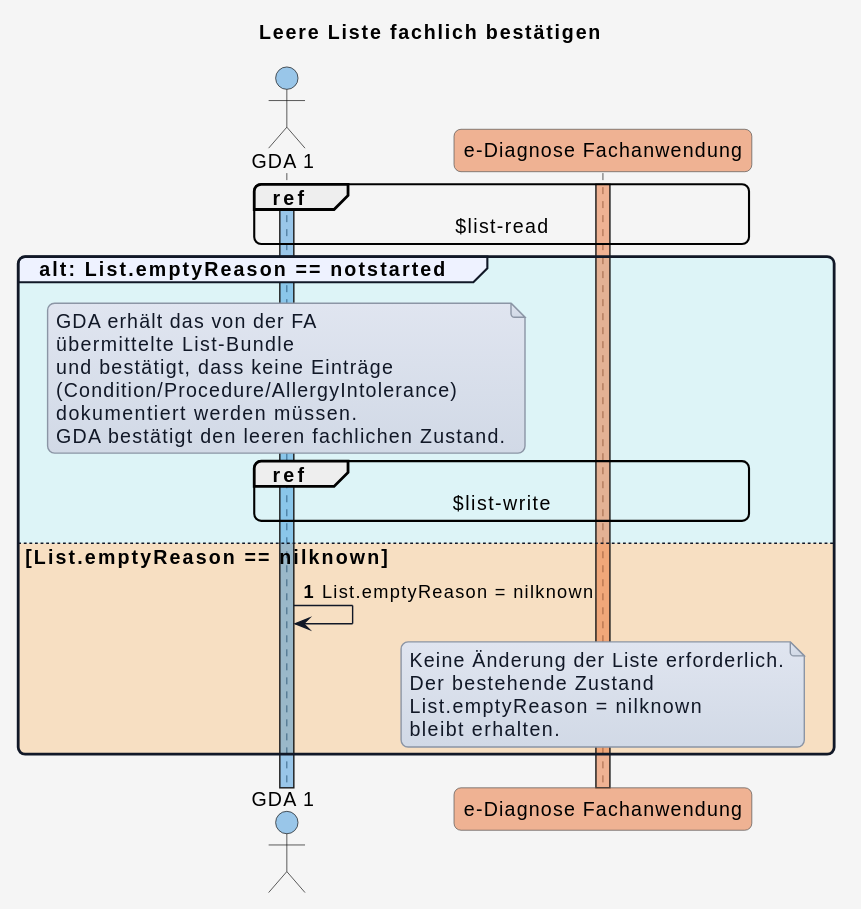
Earlier version of the PlantUML export r4-ELGA-e-Diagnose-main/plantuml/02_01.svg (HL7Austria/hl7austria.github.io). The source it was exported from:
```plantuml
@startuml
title Leere Liste fachlich bestätigen

skinparam borderColor #000000
skinparam backgroundColor #f5f5f5
skinparam shadowing false
skinparam roundCorner 10
skinparam defaultFontName "Arial"
skinparam defaultFontSize 14
skinparam defaultFontColor #000000
skinparam HyperlinkColor #0000EE
skinparam HyperlinkUnderline false
skinparam BoxPadding 20
skinparam BoxBorderColor #555555

skinparam note {
  BackgroundColor #e0e5f0-#d1d9e6
  BorderColor #8b95a5
  BorderThickness 1
  RoundCorner 0
  Padding 6
  FontColor #111827
  Shadowing false
}

skinparam sequence {
  ParticipantBorderColor #555555
  ParticipantBackgroundColor #ffffff
  ParticipantFontColor #000000
  ParticipantFontSize 14
  ParticipantPadding 20
  ArrowColor #111827
  ArrowThickness 1
  ArrowFontColor #000000
  ArrowFontSize 13
  GroupBorderColor #111827
  GroupBackgroundColor #eef2ff
  GroupBorderThickness 2
}

!define COLOR_GDA_1    #0078D460
!define COLOR_GDA_2    #8764B860
!define COLOR_PATIENT  #00950560
!define COLOR_APO      #00B7C360
!define COLOR_DIAG_FA  #E9713280
!define COLOR_E_REZEPT #E7485660

!define COLOR_OK       #50E6FF25
!define COLOR_ERROR    #FF8C0035

actor GDA_1 as "GDA 1" COLOR_GDA_1
participant eDiag_FA as "e-Diagnose Fachanwendung" COLOR_DIAG_FA

autonumber

activate GDA_1 COLOR_GDA_1
activate eDiag_FA COLOR_DIAG_FA

ref over GDA_1, eDiag_FA : $list-read

group COLOR_OK alt: List.emptyReason == notstarted
  note over GDA_1
    GDA erhält das von der FA
    übermittelte List-Bundle
    und bestätigt, dass keine Einträge
    (Condition/Procedure/AllergyIntolerance)
    dokumentiert werden müssen.
    GDA bestätigt den leeren fachlichen Zustand.
  end note

ref over GDA_1, eDiag_FA : $list-write

else COLOR_ERROR List.emptyReason == nilknown
  GDA_1 -> GDA_1: List.emptyReason = nilknown

note over eDiag_FA
    Keine Änderung der Liste erforderlich.
    Der bestehende Zustand
    List.emptyReason = nilknown
    bleibt erhalten.
  end note


end
@enduml
```
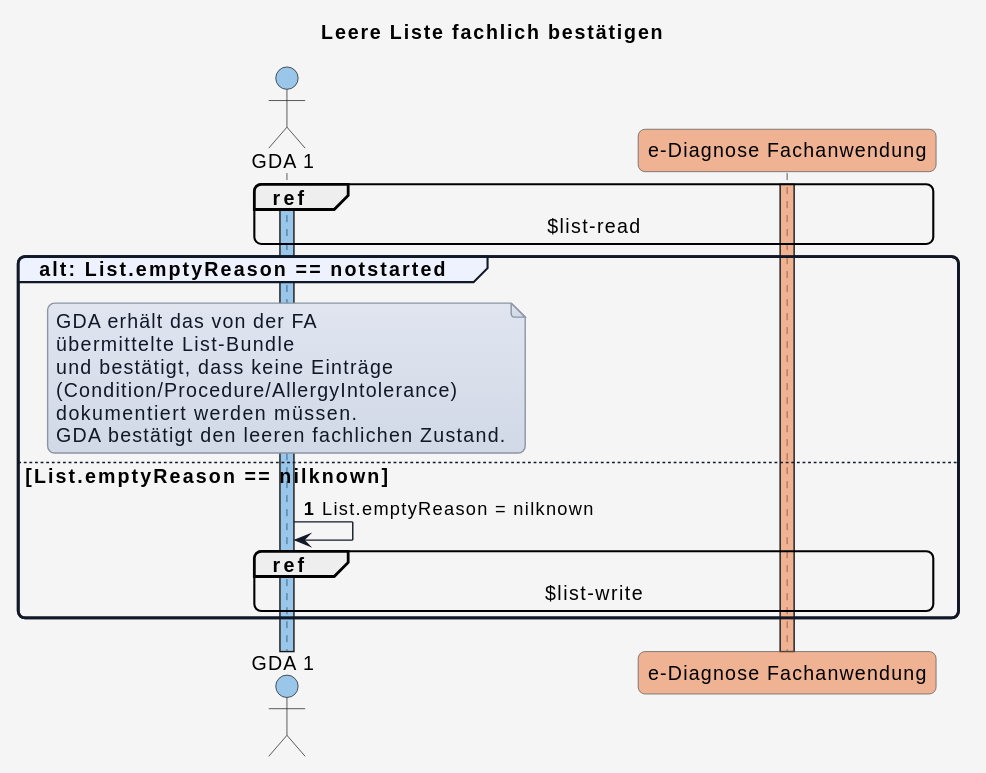
After the change.

What changed in the source:
```diff
@@ -58,7 +58,7 @@
 
 ref over GDA_1, eDiag_FA : $list-read
 
-group COLOR_OK alt: List.emptyReason == notstarted
+group alt: List.emptyReason == notstarted
   note over GDA_1
     GDA erhält das von der FA
     übermittelte List-Bundle
@@ -68,18 +68,10 @@
     GDA bestätigt den leeren fachlichen Zustand.
   end note
 
-ref over GDA_1, eDiag_FA : $list-write
-
-else COLOR_ERROR List.emptyReason == nilknown
+else List.emptyReason == nilknown
   GDA_1 -> GDA_1: List.emptyReason = nilknown
 
-note over eDiag_FA
-    Keine Änderung der Liste erforderlich.
-    Der bestehende Zustand
-    List.emptyReason = nilknown
-    bleibt erhalten.
-  end note
-
+  ref over GDA_1, eDiag_FA : $list-write
 
 end
 @enduml
```
